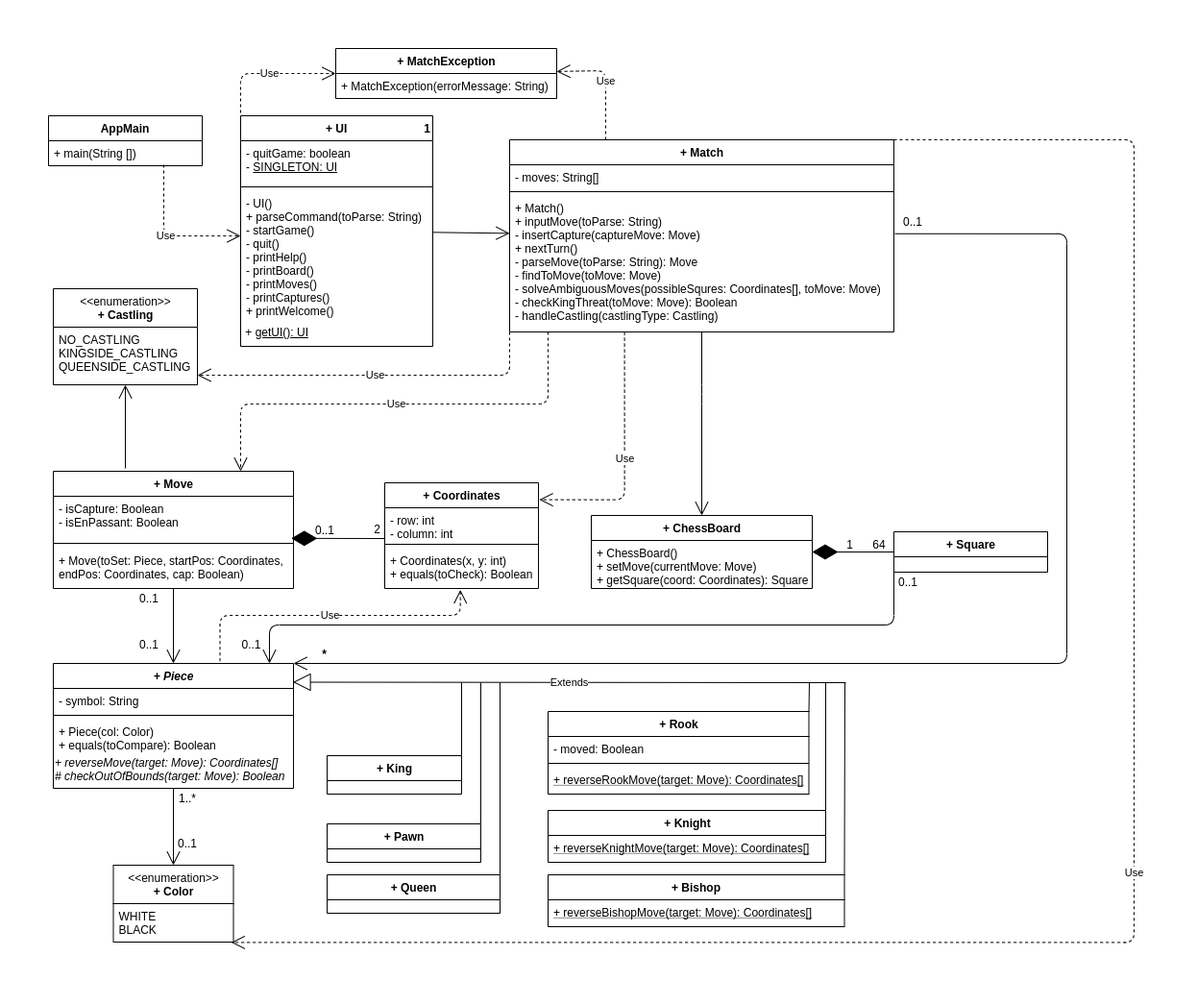
This is doc/drawings/diagramma_classi_prospettiva_software.png from SalvatoreTucci/progetto1920-lecun, a draw.io export, as it was before one commit. Source tidied: cells renumbered, new cells last; positions are measured from the earlier drawing's top-left corner, leaving out a move shared by most shapes.
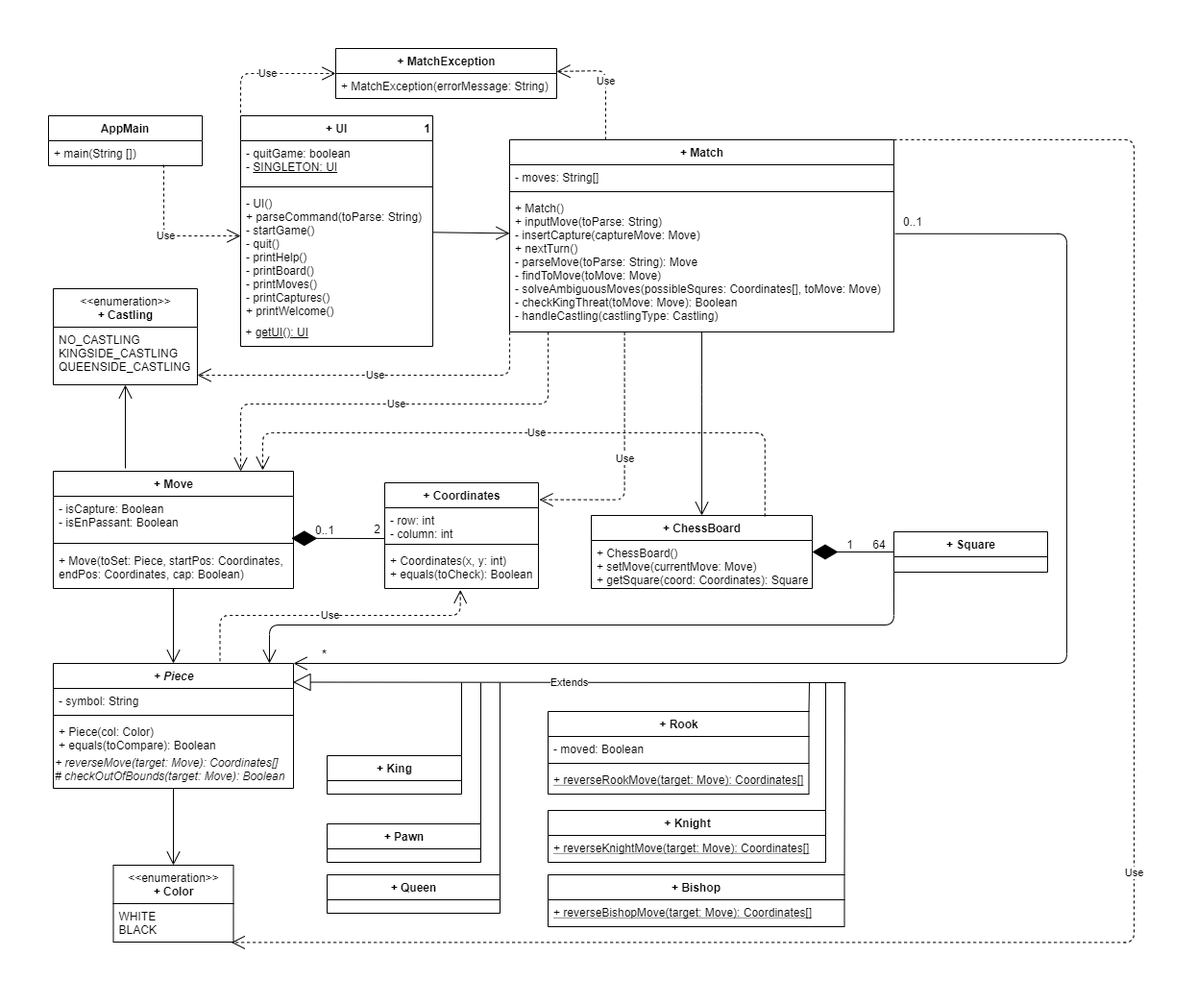
After the commit.

Commit message:
Aggiungi dipendenza da chessboard a move

What changed in the source:
```diff
@@ -290,23 +290,13 @@
         </Array>
       </mxGeometry>
     </mxCell>
-    <mxCell id="76" value="0..1" style="text;html=1;strokeColor=none;fillColor=none;align=center;verticalAlign=middle;whiteSpace=wrap;rounded=0;" parent="1" vertex="1">
-      <mxGeometry x="200" y="610" width="23" height="20" as="geometry" />
-    </mxCell>
-    <mxCell id="77" value="0..1" style="text;html=1;strokeColor=none;fillColor=none;align=center;verticalAlign=middle;whiteSpace=wrap;rounded=0;" parent="1" vertex="1">
-      <mxGeometry x="880" y="545" width="30" height="20" as="geometry" />
-    </mxCell>
-    <mxCell id="78" value="1..*" style="text;html=1;strokeColor=none;fillColor=none;align=center;verticalAlign=middle;whiteSpace=wrap;rounded=0;" parent="1" vertex="1">
-      <mxGeometry x="130" y="770" width="30" height="20" as="geometry" />
-    </mxCell>
-    <mxCell id="79" value="0..1" style="text;html=1;strokeColor=none;fillColor=none;align=center;verticalAlign=middle;whiteSpace=wrap;rounded=0;" parent="1" vertex="1">
-      <mxGeometry x="135" y="817" width="20" height="20" as="geometry" />
-    </mxCell>
-    <mxCell id="80" value="0..1" style="text;html=1;strokeColor=none;fillColor=none;align=center;verticalAlign=middle;whiteSpace=wrap;rounded=0;" parent="1" vertex="1">
-      <mxGeometry x="90" y="562" width="30" height="20" as="geometry" />
-    </mxCell>
-    <mxCell id="81" value="0..1" style="text;html=1;strokeColor=none;fillColor=none;align=center;verticalAlign=middle;whiteSpace=wrap;rounded=0;" parent="1" vertex="1">
-      <mxGeometry x="90" y="610" width="30" height="20" as="geometry" />
-    </mxCell>
+    <mxCell id="82" value="Use" style="endArrow=open;endSize=12;dashed=1;html=1;exitX=0.786;exitY=0.012;exitDx=0;exitDy=0;exitPerimeter=0;entryX=0.872;entryY=-0.008;entryDx=0;entryDy=0;entryPerimeter=0;edgeStyle=orthogonalEdgeStyle;" parent="1" edge="1" source="48" target="13">
+      <mxGeometry relative="1" as="geometry">
+        <Array as="points">
+          <mxPoint x="746" y="400" />
+          <mxPoint x="223" y="400" />
+        </Array>
+      </mxGeometry>
+    </mxCell>
   </root>
 </mxGraphModel>
```
